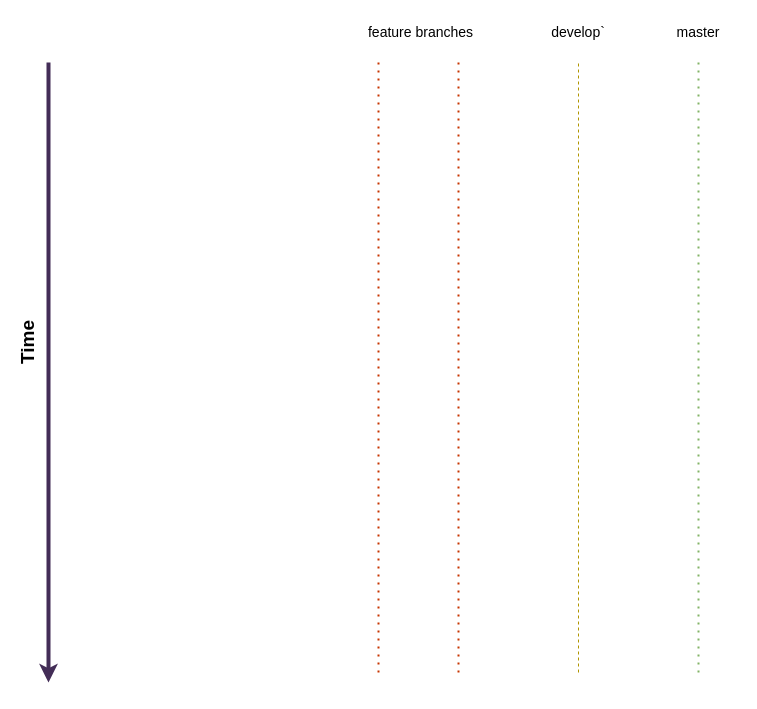
The draw.io diagram Branching System.drawio in roushanatlcci/testRepo, before the edit. Source tidied: cells renumbered, new cells numbered last; positions are measured from the earlier drawing's top-left corner, leaving out a move shared by most shapes. Both pictures are drawn from the tidied source at 100%, with x=0, y=0 at pixel (8, 22).
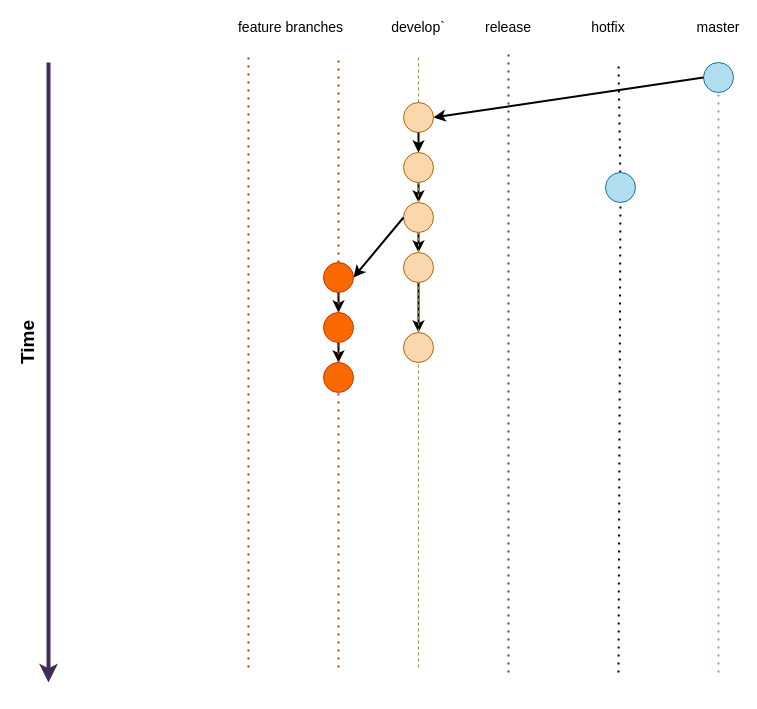
After the change.

Change to the diagram source:
```diff
@@
-    <mxCell id="2" style="endArrow=none;dashed=1;html=1;dashPattern=1 3;strokeWidth=2;gradientColor=#97d077;fillColor=#d5e8d4;strokeColor=#82b366;" parent="1" edge="1">
+    <mxCell id="2" style="endArrow=none;dashed=1;html=1;dashPattern=1 3;strokeWidth=2;gradientColor=#97d077;fillColor=#d5e8d4;strokeColor=#82b366;startArrow=none;" parent="1" edge="1" source="15">
       <mxGeometry relative="1" as="geometry">
-        <mxPoint x="690" y="650" as="sourcePoint" />
-        <mxPoint x="690" y="40" as="targetPoint" />
+        <mxPoint x="710" y="40" as="targetPoint" />
       </mxGeometry>
     </mxCell>
     <mxCell id="3" value="&lt;font style=&quot;font-size: 14px&quot;&gt;master&lt;/font&gt;" style="text;html=1;strokeColor=none;fillColor=none;align=center;verticalAlign=middle;whiteSpace=wrap;rounded=0;" parent="1" vertex="1">
-      <mxGeometry x="670" width="40" height="20" as="geometry" />
+      <mxGeometry x="690" y="-5" width="40" height="20" as="geometry" />
     </mxCell>
-    <mxCell id="4" style="endArrow=none;dashed=1;html=1;fillColor=#e3c800;strokeColor=#B09500;" parent="1" edge="1">
+    <mxCell id="4" style="endArrow=none;dashed=1;html=1;fillColor=#e3c800;strokeColor=#B09500;startArrow=none;" parent="1" edge="1" source="17">
       <mxGeometry relative="1" as="geometry">
-        <mxPoint x="570" y="650" as="sourcePoint" />
-        <mxPoint x="570" y="40" as="targetPoint" />
+        <mxPoint x="410" y="35" as="targetPoint" />
       </mxGeometry>
     </mxCell>
     <mxCell id="5" value="&lt;font style=&quot;font-size: 14px&quot;&gt;develop`&lt;/font&gt;" style="text;html=1;strokeColor=none;fillColor=none;align=center;verticalAlign=middle;whiteSpace=wrap;rounded=0;" parent="1" vertex="1">
-      <mxGeometry x="540" width="60" height="20" as="geometry" />
+      <mxGeometry x="380" y="-5" width="60" height="20" as="geometry" />
     </mxCell>
-    <mxCell id="6" style="endArrow=none;dashed=1;html=1;dashPattern=1 3;strokeWidth=2;fillColor=#fa6800;strokeColor=#C73500;" parent="1" edge="1">
+    <mxCell id="6" style="endArrow=none;dashed=1;html=1;dashPattern=1 3;strokeWidth=2;fillColor=#fa6800;strokeColor=#C73500;startArrow=none;" parent="1" edge="1" source="30">
       <mxGeometry relative="1" as="geometry">
-        <mxPoint x="450" y="650" as="sourcePoint" />
-        <mxPoint x="450" y="40" as="targetPoint" />
+        <mxPoint x="330" y="35" as="targetPoint" />
       </mxGeometry>
     </mxCell>
     <mxCell id="7" value="&lt;font style=&quot;font-size: 14px&quot;&gt;feature branches&lt;/font&gt;" style="text;html=1;strokeColor=none;fillColor=none;align=center;verticalAlign=middle;whiteSpace=wrap;rounded=0;" parent="1" vertex="1">
-      <mxGeometry x="340" width="145" height="20" as="geometry" />
+      <mxGeometry x="210" y="-5" width="145" height="20" as="geometry" />
     </mxCell>
     <mxCell id="8" style="endArrow=none;dashed=1;html=1;dashPattern=1 3;strokeWidth=2;fillColor=#fa6800;strokeColor=#C73500;" parent="1" edge="1">
       <mxGeometry relative="1" as="geometry">
-        <mxPoint x="370" y="650" as="sourcePoint" />
-        <mxPoint x="370" y="40" as="targetPoint" />
+        <mxPoint x="240" y="645" as="sourcePoint" />
+        <mxPoint x="240" y="35" as="targetPoint" />
       </mxGeometry>
     </mxCell>
@@
+    <mxCell id="11" style="endArrow=none;dashed=1;html=1;dashPattern=1 3;strokeWidth=2;fillColor=#6d8764;strokeColor=#3A5431;" parent="1" edge="1">
+      <mxGeometry relative="1" as="geometry">
+        <mxPoint x="500" y="650" as="sourcePoint" />
+        <mxPoint x="500" y="30" as="targetPoint" />
+      </mxGeometry>
+    </mxCell>
+    <mxCell id="12" value="&lt;font style=&quot;font-size: 14px&quot;&gt;release&lt;/font&gt;" style="text;html=1;strokeColor=none;fillColor=none;align=center;verticalAlign=middle;whiteSpace=wrap;rounded=0;" parent="1" vertex="1">
+      <mxGeometry x="480" y="-5" width="40" height="20" as="geometry" />
+    </mxCell>
+    <mxCell id="13" style="endArrow=none;dashed=1;html=1;dashPattern=1 3;strokeWidth=2;startArrow=none;" parent="1" edge="1" source="40">
+      <mxGeometry relative="1" as="geometry">
+        <mxPoint x="610" y="40" as="targetPoint" />
+      </mxGeometry>
+    </mxCell>
+    <mxCell id="14" value="&lt;font style=&quot;font-size: 14px&quot;&gt;hotfix&lt;/font&gt;" style="text;html=1;strokeColor=none;fillColor=none;align=center;verticalAlign=middle;whiteSpace=wrap;rounded=0;" parent="1" vertex="1">
+      <mxGeometry x="580" y="-5" width="40" height="20" as="geometry" />
+    </mxCell>
+    <mxCell id="15" style="ellipse;whiteSpace=wrap;html=1;fillColor=#b1ddf0;strokeColor=#10739e;" parent="1" vertex="1">
+      <mxGeometry x="695" y="40" width="30" height="30" as="geometry" />
+    </mxCell>
+    <mxCell id="16" style="endArrow=none;dashed=1;html=1;dashPattern=1 3;strokeWidth=2;gradientColor=#97d077;fillColor=#d5e8d4;strokeColor=#82b366;" parent="1" edge="1" target="15">
+      <mxGeometry relative="1" as="geometry">
+        <mxPoint x="710" y="650" as="sourcePoint" />
+      </mxGeometry>
+    </mxCell>
+    <mxCell id="17" style="ellipse;whiteSpace=wrap;html=1;fillColor=#fad7ac;strokeColor=#b46504;" parent="1" vertex="1">
+      <mxGeometry x="395" y="80" width="30" height="30" as="geometry" />
+    </mxCell>
+    <mxCell id="18" style="endArrow=none;dashed=1;html=1;fillColor=#e3c800;strokeColor=#B09500;startArrow=none;" parent="1" edge="1" source="21" target="17">
+      <mxGeometry relative="1" as="geometry" />
+    </mxCell>
+    <mxCell id="19" style="endArrow=classic;html=1;strokeWidth=2;entryX=1;entryY=0.5;entryDx=0;entryDy=0;exitX=0;exitY=0.5;exitDx=0;exitDy=0;" parent="1" edge="1" source="15" target="17">
+      <mxGeometry relative="1" as="geometry" />
+    </mxCell>
+    <mxCell id="20" style="edgeStyle=orthogonalEdgeStyle;rounded=0;jettySize=auto;html=1;exitX=0.5;exitY=1;exitDx=0;exitDy=0;entryX=0.5;entryY=0;entryDx=0;entryDy=0;strokeWidth=2;" parent="1" edge="1" source="21" target="24">
+      <mxGeometry relative="1" as="geometry" />
+    </mxCell>
+    <mxCell id="21" style="ellipse;whiteSpace=wrap;html=1;fillColor=#fad7ac;strokeColor=#b46504;" parent="1" vertex="1">
+      <mxGeometry x="395" y="130" width="30" height="30" as="geometry" />
+    </mxCell>
+    <mxCell id="22" style="endArrow=none;dashed=1;html=1;fillColor=#e3c800;strokeColor=#B09500;startArrow=none;" parent="1" edge="1" source="24" target="21">
+      <mxGeometry relative="1" as="geometry" />
+    </mxCell>
+    <mxCell id="23" style="edgeStyle=orthogonalEdgeStyle;rounded=0;jettySize=auto;html=1;exitX=0.5;exitY=1;exitDx=0;exitDy=0;strokeWidth=2;" parent="1" edge="1" source="24">
+      <mxGeometry relative="1" as="geometry">
+        <mxPoint x="410" y="230" as="targetPoint" />
+      </mxGeometry>
+    </mxCell>
+    <mxCell id="24" style="ellipse;whiteSpace=wrap;html=1;fillColor=#fad7ac;strokeColor=#b46504;" parent="1" vertex="1">
+      <mxGeometry x="395" y="180" width="30" height="30" as="geometry" />
+    </mxCell>
+    <mxCell id="25" style="endArrow=none;dashed=1;html=1;fillColor=#e3c800;strokeColor=#B09500;startArrow=none;" parent="1" edge="1" source="27" target="24">
+      <mxGeometry relative="1" as="geometry" />
+    </mxCell>
+    <mxCell id="26" style="edgeStyle=orthogonalEdgeStyle;rounded=0;jettySize=auto;html=1;exitX=0.5;exitY=1;exitDx=0;exitDy=0;entryX=0.5;entryY=0;entryDx=0;entryDy=0;strokeWidth=2;" parent="1" edge="1" source="27" target="38">
+      <mxGeometry relative="1" as="geometry" />
+    </mxCell>
+    <mxCell id="27" style="ellipse;whiteSpace=wrap;html=1;fillColor=#fad7ac;strokeColor=#b46504;" parent="1" vertex="1">
+      <mxGeometry x="395" y="230" width="30" height="30" as="geometry" />
+    </mxCell>
+    <mxCell id="28" style="endArrow=none;dashed=1;html=1;fillColor=#e3c800;strokeColor=#B09500;" parent="1" edge="1" target="27">
+      <mxGeometry relative="1" as="geometry">
+        <mxPoint x="410" y="645" as="sourcePoint" />
+      </mxGeometry>
+    </mxCell>
+    <mxCell id="29" style="edgeStyle=orthogonalEdgeStyle;rounded=0;jettySize=auto;html=1;exitX=0.5;exitY=1;exitDx=0;exitDy=0;strokeWidth=2;" parent="1" edge="1" source="30">
+      <mxGeometry relative="1" as="geometry">
+        <mxPoint x="330" y="290" as="targetPoint" />
+      </mxGeometry>
+    </mxCell>
+    <mxCell id="30" style="ellipse;whiteSpace=wrap;html=1;fillColor=#fa6800;strokeColor=#C73500;fontColor=#000000;" parent="1" vertex="1">
+      <mxGeometry x="315" y="240" width="30" height="30" as="geometry" />
+    </mxCell>
+    <mxCell id="31" style="endArrow=none;dashed=1;html=1;dashPattern=1 3;strokeWidth=2;fillColor=#fa6800;strokeColor=#C73500;startArrow=none;" parent="1" edge="1" source="33" target="30">
+      <mxGeometry relative="1" as="geometry" />
+    </mxCell>
+    <mxCell id="32" style="edgeStyle=orthogonalEdgeStyle;rounded=0;jettySize=auto;html=1;exitX=0.5;exitY=1;exitDx=0;exitDy=0;strokeWidth=2;" parent="1" edge="1" source="33">
+      <mxGeometry relative="1" as="geometry">
+        <mxPoint x="330" y="340" as="targetPoint" />
+      </mxGeometry>
+    </mxCell>
+    <mxCell id="33" style="ellipse;whiteSpace=wrap;html=1;fillColor=#fa6800;strokeColor=#C73500;fontColor=#000000;" parent="1" vertex="1">
+      <mxGeometry x="315" y="290" width="30" height="30" as="geometry" />
+    </mxCell>
+    <mxCell id="34" style="endArrow=none;dashed=1;html=1;dashPattern=1 3;strokeWidth=2;fillColor=#fa6800;strokeColor=#C73500;startArrow=none;" parent="1" edge="1" source="35" target="33">
+      <mxGeometry relative="1" as="geometry" />
+    </mxCell>
+    <mxCell id="35" style="ellipse;whiteSpace=wrap;html=1;fillColor=#fa6800;strokeColor=#C73500;fontColor=#000000;" parent="1" vertex="1">
+      <mxGeometry x="315" y="340" width="30" height="30" as="geometry" />
+    </mxCell>
+    <mxCell id="36" style="endArrow=none;dashed=1;html=1;dashPattern=1 3;strokeWidth=2;fillColor=#fa6800;strokeColor=#C73500;" parent="1" edge="1" target="35">
+      <mxGeometry relative="1" as="geometry">
+        <mxPoint x="330" y="645" as="sourcePoint" />
+      </mxGeometry>
+    </mxCell>
+    <mxCell id="37" style="endArrow=classic;html=1;strokeWidth=2;entryX=1;entryY=0.5;entryDx=0;entryDy=0;exitX=0;exitY=0.5;exitDx=0;exitDy=0;" parent="1" edge="1" source="24" target="30">
+      <mxGeometry relative="1" as="geometry" />
+    </mxCell>
+    <mxCell id="38" style="ellipse;whiteSpace=wrap;html=1;fillColor=#fad7ac;strokeColor=#b46504;" parent="1" vertex="1">
+      <mxGeometry x="395" y="310" width="30" height="30" as="geometry" />
+    </mxCell>
+    <mxCell id="39" style="endArrow=classic;html=1;strokeWidth=2;entryX=0.5;entryY=0;entryDx=0;entryDy=0;exitX=0.5;exitY=1;exitDx=0;exitDy=0;" parent="1" edge="1" source="17" target="21">
+      <mxGeometry relative="1" as="geometry" />
+    </mxCell>
+    <mxCell id="40" style="ellipse;whiteSpace=wrap;html=1;fillColor=#b1ddf0;strokeColor=#10739e;" parent="1" vertex="1">
+      <mxGeometry x="597" y="150" width="30" height="30" as="geometry" />
+    </mxCell>
+    <mxCell id="41" style="endArrow=none;dashed=1;html=1;dashPattern=1 3;strokeWidth=2;" parent="1" edge="1" target="40">
+      <mxGeometry relative="1" as="geometry">
+        <mxPoint x="610" y="650" as="sourcePoint" />
+      </mxGeometry>
+    </mxCell>
```
